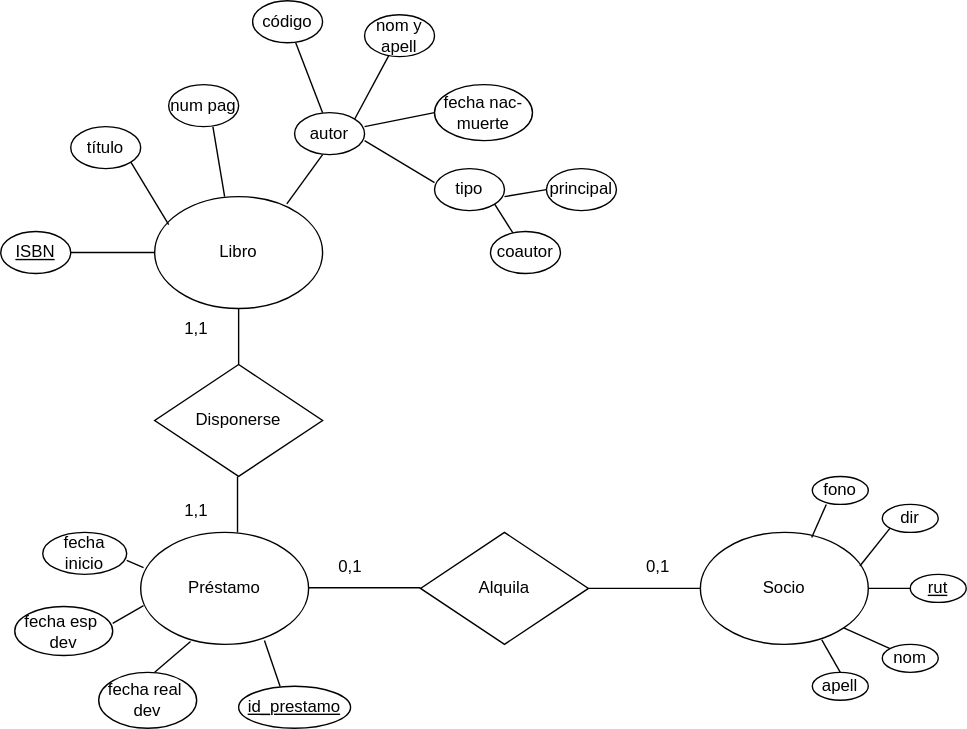
Above: modelo conceptual.drawio.svg in FranSantander/-Biblioteca (draw.io), before the change. Source tidied: cells renumbered, new cells last; positions are measured from the earlier drawing's top-left corner, leaving out a move shared by most shapes.
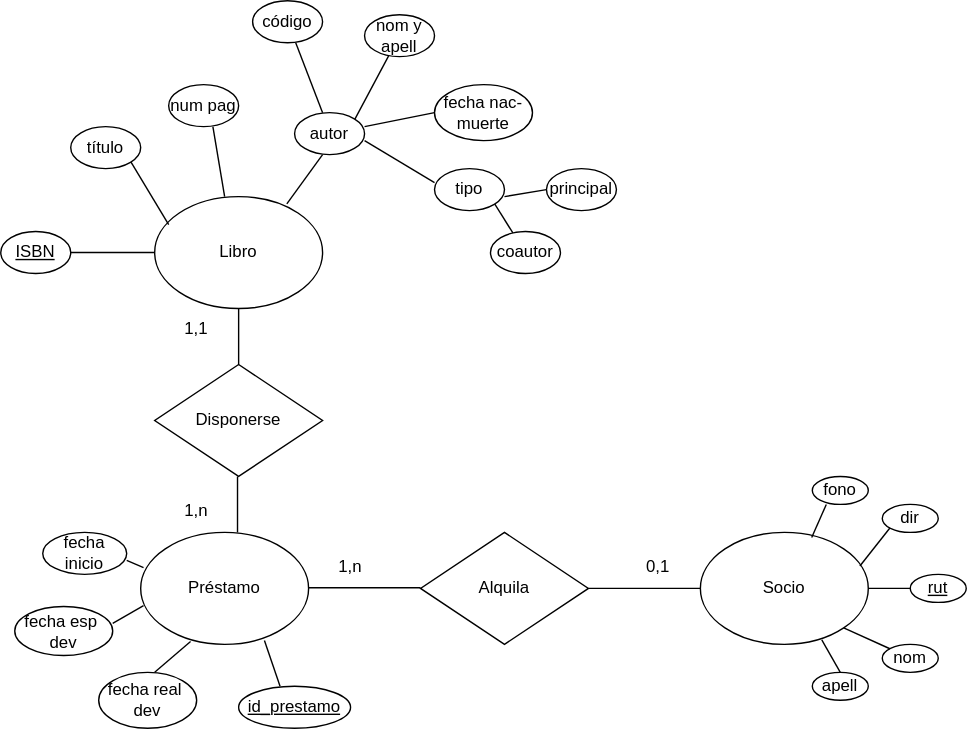
After the change.

Diff of the diagram source:
```diff
@@ -172,7 +172,7 @@
         <mxPoint x="90" y="400" as="sourcePoint" />
       </mxGeometry>
     </mxCell>
-    <mxCell id="47" value="0,1" style="text;html=1;strokeColor=none;fillColor=none;align=center;verticalAlign=middle;whiteSpace=wrap;rounded=0;" parent="1" vertex="1">
+    <mxCell id="47" value="1,n" style="text;html=1;strokeColor=none;fillColor=none;align=center;verticalAlign=middle;whiteSpace=wrap;rounded=0;" parent="1" vertex="1">
       <mxGeometry x="220" y="390" width="60" height="30" as="geometry" />
     </mxCell>
     <mxCell id="48" value="0,1" style="text;html=1;strokeColor=none;fillColor=none;align=center;verticalAlign=middle;whiteSpace=wrap;rounded=0;" parent="1" vertex="1">
@@ -181,7 +181,7 @@
     <mxCell id="49" value="1,1" style="text;html=1;strokeColor=none;fillColor=none;align=center;verticalAlign=middle;whiteSpace=wrap;rounded=0;" parent="1" vertex="1">
       <mxGeometry x="110" y="220" width="60" height="30" as="geometry" />
     </mxCell>
-    <mxCell id="50" value="1,1" style="text;html=1;strokeColor=none;fillColor=none;align=center;verticalAlign=middle;whiteSpace=wrap;rounded=0;" parent="1" vertex="1">
+    <mxCell id="50" value="1,n" style="text;html=1;strokeColor=none;fillColor=none;align=center;verticalAlign=middle;whiteSpace=wrap;rounded=0;" parent="1" vertex="1">
       <mxGeometry x="110" y="350" width="60" height="30" as="geometry" />
     </mxCell>
     <mxCell id="51" value="&lt;u&gt;id_prestamo&lt;/u&gt;" style="ellipse;whiteSpace=wrap;html=1;" parent="1" vertex="1">
```
